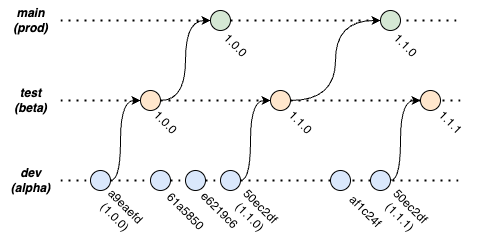
Before: img/tesi-18-release-flow.drawio.png, a diagram exported from draw.io (paganellif/tesi-paganelli). Source tidied: cells renumbered, new cells last; positions are measured from the earlier drawing's top-left corner, leaving out a move shared by most shapes.
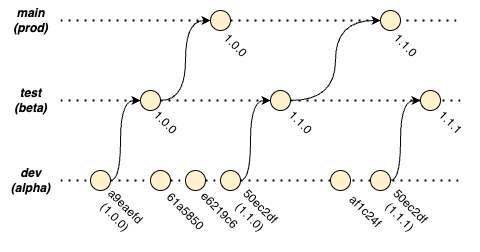
The same file after the commit.

Diff of the diagram source:
```diff
@@ -46,7 +46,7 @@
         </Array>
       </mxGeometry>
     </mxCell>
-    <mxCell id="13" style="ellipse;whiteSpace=wrap;html=1;direction=west;fillColor=#dae8fc;strokeColor=#000000;" parent="1" vertex="1">
+    <mxCell id="13" style="ellipse;whiteSpace=wrap;html=1;direction=west;fillColor=#FFF2CC;strokeColor=#000000;" parent="1" vertex="1">
       <mxGeometry x="90" y="170" width="20" height="20" as="geometry" />
     </mxCell>
     <mxCell id="14" style="endArrow=none;dashed=1;html=1;dashPattern=1 3;strokeWidth=2;rounded=0;" parent="1" edge="1" target="13">
@@ -57,7 +57,7 @@
     <mxCell id="15" style="edgeStyle=orthogonalEdgeStyle;curved=1;rounded=0;jettySize=auto;html=1;entryX=1;entryY=0.5;entryDx=0;entryDy=0;" parent="1" edge="1" source="16" target="27">
       <mxGeometry relative="1" as="geometry" />
     </mxCell>
-    <mxCell id="16" style="ellipse;whiteSpace=wrap;html=1;direction=west;fillColor=#ffe6cc;strokeColor=#000000;" parent="1" vertex="1">
+    <mxCell id="16" style="ellipse;whiteSpace=wrap;html=1;direction=west;fillColor=#FFF2CC;strokeColor=#000000;" parent="1" vertex="1">
       <mxGeometry x="140" y="90" width="20" height="20" as="geometry" />
     </mxCell>
     <mxCell id="17" style="endArrow=none;dashed=1;html=1;dashPattern=1 3;strokeWidth=2;rounded=0;" parent="1" edge="1" target="16">
@@ -65,13 +65,13 @@
         <mxPoint x="60" y="100" as="sourcePoint" />
       </mxGeometry>
     </mxCell>
-    <mxCell id="18" style="ellipse;whiteSpace=wrap;html=1;direction=west;fillColor=#dae8fc;strokeColor=#000000;" parent="1" vertex="1">
+    <mxCell id="18" style="ellipse;whiteSpace=wrap;html=1;direction=west;fillColor=#FFF2CC;strokeColor=#000000;" parent="1" vertex="1">
       <mxGeometry x="150" y="170" width="20" height="20" as="geometry" />
     </mxCell>
     <mxCell id="19" style="endArrow=none;dashed=1;html=1;dashPattern=1 3;strokeWidth=2;rounded=0;startArrow=none;" parent="1" edge="1" source="13" target="18">
       <mxGeometry relative="1" as="geometry" />
     </mxCell>
-    <mxCell id="20" style="ellipse;whiteSpace=wrap;html=1;direction=west;fillColor=#dae8fc;strokeColor=#000000;" parent="1" vertex="1">
+    <mxCell id="20" style="ellipse;whiteSpace=wrap;html=1;direction=west;fillColor=#FFF2CC;strokeColor=#000000;" parent="1" vertex="1">
       <mxGeometry x="185" y="170" width="20" height="20" as="geometry" />
     </mxCell>
     <mxCell id="21" style="endArrow=none;dashed=1;html=1;dashPattern=1 3;strokeWidth=2;rounded=0;startArrow=none;" parent="1" edge="1" source="18" target="20">
@@ -85,19 +85,19 @@
         </Array>
       </mxGeometry>
     </mxCell>
-    <mxCell id="23" style="ellipse;whiteSpace=wrap;html=1;direction=west;fillColor=#dae8fc;strokeColor=#000000;" parent="1" vertex="1">
+    <mxCell id="23" style="ellipse;whiteSpace=wrap;html=1;direction=west;fillColor=#FFF2CC;strokeColor=#000000;" parent="1" vertex="1">
       <mxGeometry x="220" y="170" width="20" height="20" as="geometry" />
     </mxCell>
     <mxCell id="24" style="endArrow=none;dashed=1;html=1;dashPattern=1 3;strokeWidth=2;rounded=0;startArrow=none;" parent="1" edge="1" source="20" target="23">
       <mxGeometry relative="1" as="geometry" />
     </mxCell>
-    <mxCell id="25" style="ellipse;whiteSpace=wrap;html=1;direction=west;fillColor=#ffe6cc;strokeColor=#000000;" parent="1" vertex="1">
+    <mxCell id="25" style="ellipse;whiteSpace=wrap;html=1;direction=west;fillColor=#FFF2CC;strokeColor=#000000;" parent="1" vertex="1">
       <mxGeometry x="270" y="90" width="20" height="20" as="geometry" />
     </mxCell>
     <mxCell id="26" style="endArrow=none;dashed=1;html=1;dashPattern=1 3;strokeWidth=2;rounded=0;startArrow=none;" parent="1" edge="1" source="16" target="25">
       <mxGeometry relative="1" as="geometry" />
     </mxCell>
-    <mxCell id="27" style="ellipse;whiteSpace=wrap;html=1;direction=west;fillColor=#d5e8d4;strokeColor=#000000;" parent="1" vertex="1">
+    <mxCell id="27" style="ellipse;whiteSpace=wrap;html=1;direction=west;fillColor=#FFF2CC;strokeColor=#000000;" parent="1" vertex="1">
       <mxGeometry x="210" y="10" width="20" height="20" as="geometry" />
     </mxCell>
     <mxCell id="28" style="endArrow=none;dashed=1;html=1;dashPattern=1 3;strokeWidth=2;rounded=0;" parent="1" edge="1" target="27">
@@ -122,10 +122,10 @@
         </Array>
       </mxGeometry>
     </mxCell>
-    <mxCell id="33" style="ellipse;whiteSpace=wrap;html=1;direction=west;fillColor=#dae8fc;strokeColor=#000000;" parent="1" vertex="1">
+    <mxCell id="33" style="ellipse;whiteSpace=wrap;html=1;direction=west;fillColor=#FFF2CC;strokeColor=#000000;" parent="1" vertex="1">
       <mxGeometry x="370" y="170" width="20" height="20" as="geometry" />
     </mxCell>
-    <mxCell id="34" style="ellipse;whiteSpace=wrap;html=1;direction=west;fillColor=#ffe6cc;strokeColor=#000000;" parent="1" vertex="1">
+    <mxCell id="34" style="ellipse;whiteSpace=wrap;html=1;direction=west;fillColor=#FFF2CC;strokeColor=#000000;" parent="1" vertex="1">
       <mxGeometry x="420" y="90" width="20" height="20" as="geometry" />
     </mxCell>
     <mxCell id="35" value="50ec2df&lt;br&gt;(1.1.1)" style="text;html=1;align=center;verticalAlign=middle;strokeColor=none;fillColor=none;rotation=45;" parent="1" vertex="1">
@@ -134,7 +134,7 @@
     <mxCell id="36" value="1.1.1" style="text;html=1;align=center;verticalAlign=middle;strokeColor=none;fillColor=none;rotation=45;" parent="1" vertex="1">
       <mxGeometry x="425" y="107" width="50" height="30" as="geometry" />
     </mxCell>
-    <mxCell id="37" style="ellipse;whiteSpace=wrap;html=1;direction=west;fillColor=#dae8fc;strokeColor=#000000;" parent="1" vertex="1">
+    <mxCell id="37" style="ellipse;whiteSpace=wrap;html=1;direction=west;fillColor=#FFF2CC;strokeColor=#000000;" parent="1" vertex="1">
       <mxGeometry x="330" y="170" width="20" height="20" as="geometry" />
     </mxCell>
     <mxCell id="38" value="af1c24f" style="text;html=1;align=center;verticalAlign=middle;strokeColor=none;fillColor=none;rotation=45;" parent="1" vertex="1">
@@ -145,7 +145,7 @@
         <mxPoint x="290" y="100" as="sourcePoint" />
       </mxGeometry>
     </mxCell>
-    <mxCell id="40" style="ellipse;whiteSpace=wrap;html=1;direction=west;fillColor=#d5e8d4;strokeColor=#000000;" parent="1" vertex="1">
+    <mxCell id="40" style="ellipse;whiteSpace=wrap;html=1;direction=west;fillColor=#FFF2CC;strokeColor=#000000;" parent="1" vertex="1">
       <mxGeometry x="380" y="10" width="20" height="20" as="geometry" />
     </mxCell>
     <mxCell id="41" value="1.1.0" style="text;html=1;align=center;verticalAlign=middle;strokeColor=none;fillColor=none;rotation=45;" parent="1" vertex="1">
```
